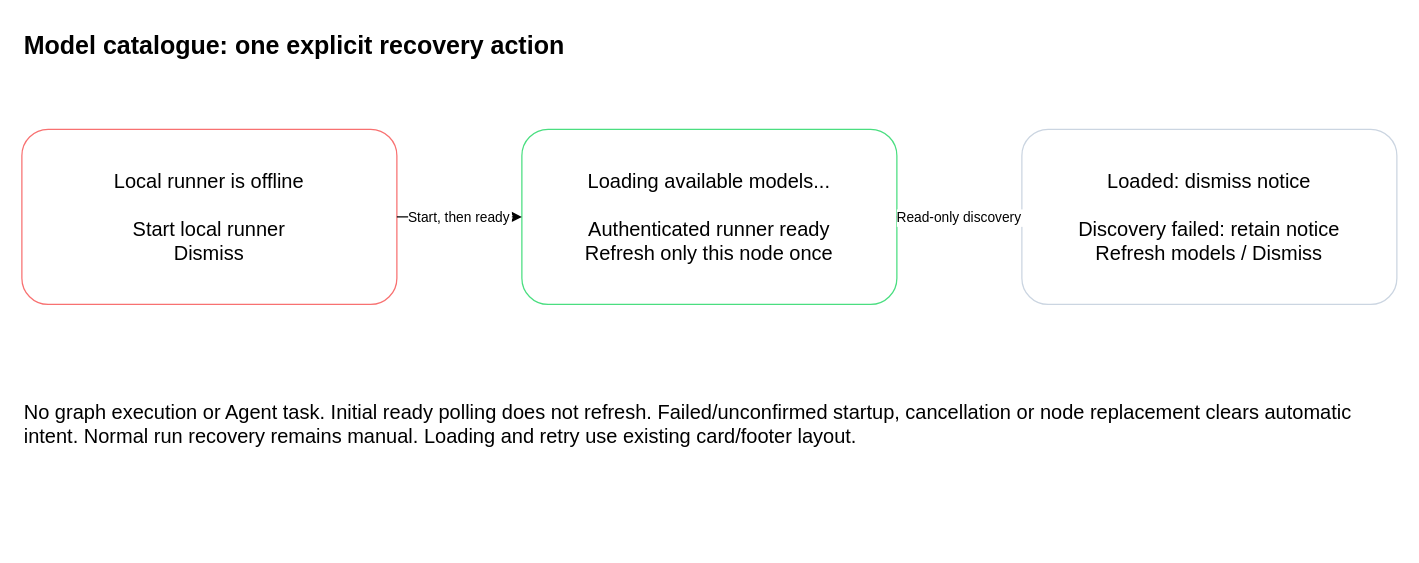
This is page "Model catalogue startup recovery" (11 of 11) of projects/laomedo/subsystems/agent-execution/design/local-runner-recovery.drawio from amadou-6e/specs, a draw.io file, before an edit. Source tidied: cells renumbered, new cells numbered last; positions are measured from the earlier drawing's top-left corner, leaving out a move shared by most shapes. Both pictures are drawn from the tidied source at 125%, with x=0, y=0 at pixel (21, 21).
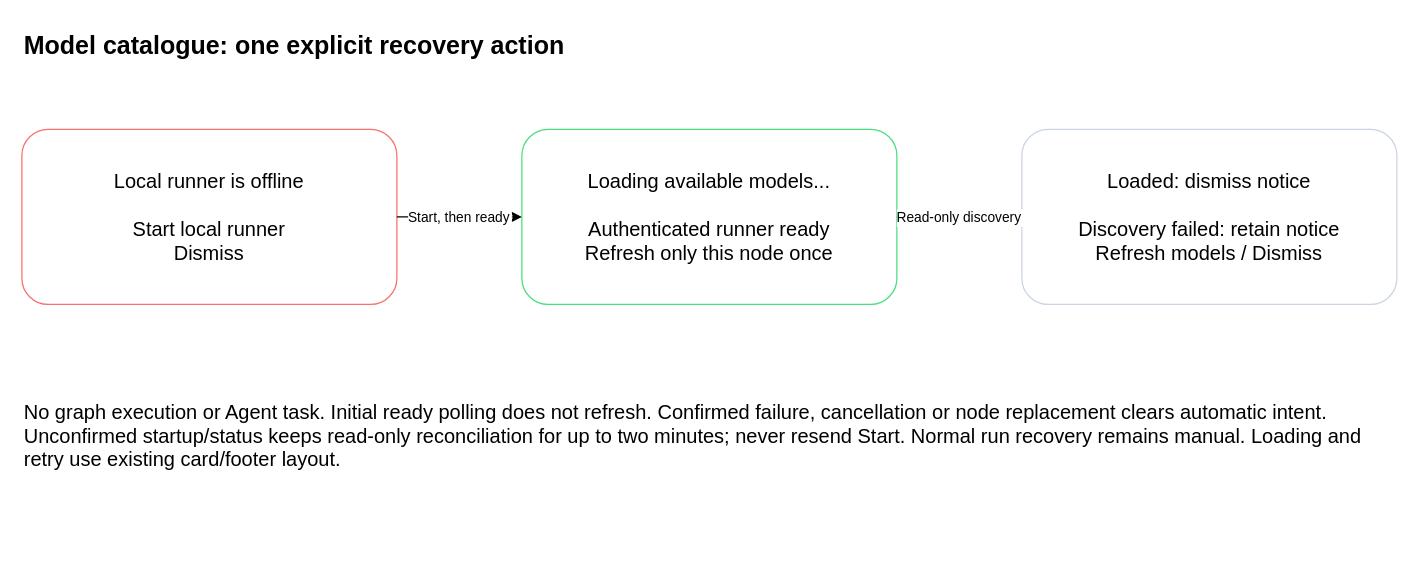
After the change.

Commit message (it also covers changes not shown here):
Preserve bounded model recovery across uncertain startup checks

Diff of the diagram source:
```diff
@@
 <mxGraphModel>
   <root>
     <mxCell id="0" />
     <mxCell id="1" parent="0" />
     <mxCell id="2" value="Model catalogue: one explicit recovery action" style="text;fontSize=20;fontStyle=1;align=left;whiteSpace=wrap;" parent="1" vertex="1">
       <mxGeometry width="1100" height="40" as="geometry" />
     </mxCell>
     <mxCell id="3" value="Local runner is offline&#10;&#10;Start local runner&#10;Dismiss" style="rounded=1;whiteSpace=wrap;fillColor=#FFFFFF;strokeColor=#F87171;fontSize=16;" parent="1" vertex="1">
       <mxGeometry y="86" width="300" height="140" as="geometry" />
     </mxCell>
     <mxCell id="4" value="Loading available models...&#10;&#10;Authenticated runner ready&#10;Refresh only this node once" style="rounded=1;whiteSpace=wrap;fillColor=#FFFFFF;strokeColor=#4ADE80;fontSize=16;" parent="1" vertex="1">
       <mxGeometry x="400" y="86" width="300" height="140" as="geometry" />
     </mxCell>
     <mxCell id="5" value="Loaded: dismiss notice&#10;&#10;Discovery failed: retain notice&#10;Refresh models / Dismiss" style="rounded=1;whiteSpace=wrap;fillColor=#FFFFFF;strokeColor=#CBD5E1;fontSize=16;" parent="1" vertex="1">
       <mxGeometry x="800" y="86" width="300" height="140" as="geometry" />
     </mxCell>
     <mxCell id="6" value="Start, then ready" style="edgeStyle=orthogonalEdgeStyle;rounded=0;" parent="1" edge="1" source="3" target="4">
       <mxGeometry relative="1" as="geometry" />
     </mxCell>
     <mxCell id="7" value="Read-only discovery" style="edgeStyle=orthogonalEdgeStyle;rounded=0;" parent="1" edge="1" source="4" target="5">
       <mxGeometry relative="1" as="geometry" />
     </mxCell>
-    <mxCell id="8" value="No graph execution or Agent task. Initial ready polling does not refresh. Failed/unconfirmed startup, cancellation or node replacement clears automatic intent. Normal run recovery remains manual. Loading and retry use existing card/footer layout." style="text;align=left;whiteSpace=wrap;fontSize=16;" parent="1" vertex="1">
+    <mxCell id="8" value="No graph execution or Agent task. Initial ready polling does not refresh. Confirmed failure, cancellation or node replacement clears automatic intent. Unconfirmed startup/status keeps read-only reconciliation for up to two minutes; never resend Start. Normal run recovery remains manual. Loading and retry use existing card/footer layout." style="text;align=left;whiteSpace=wrap;fontSize=16;" parent="1" vertex="1">
       <mxGeometry y="296" width="1100" height="120" as="geometry" />
     </mxCell>
   </root>
 </mxGraphModel>
```
